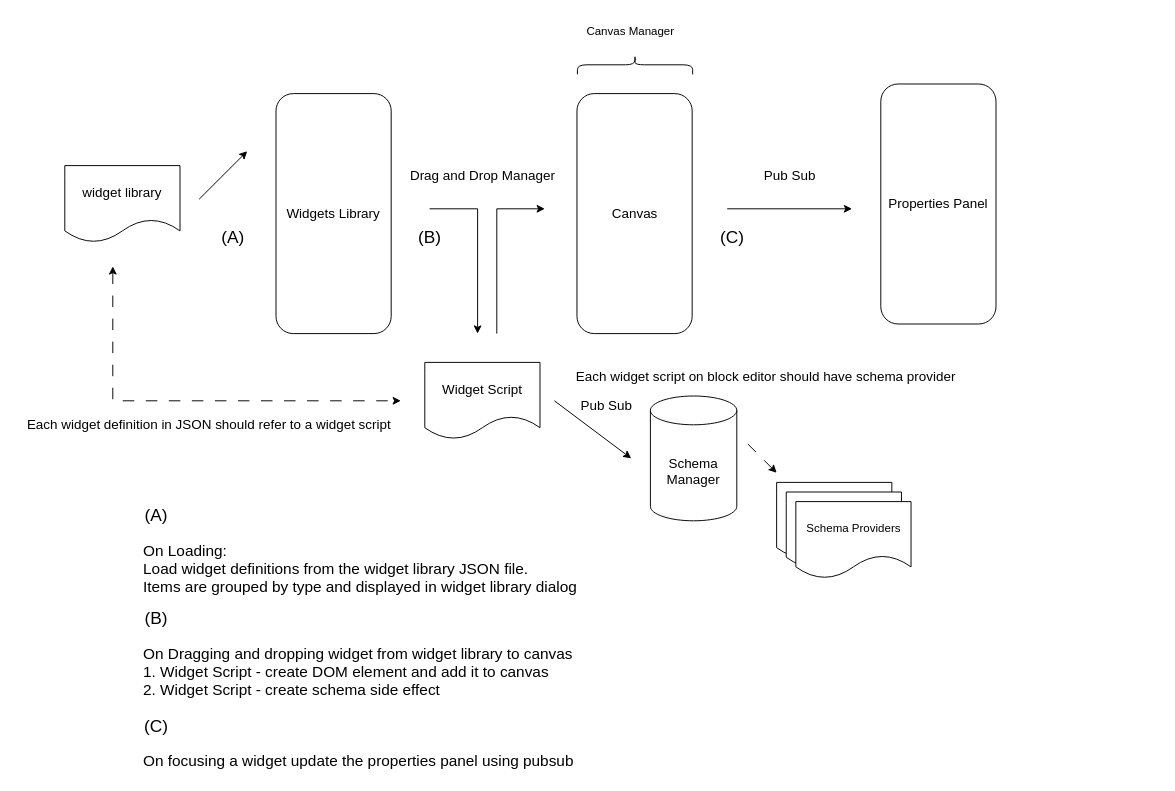
The draw.io diagram page "Overview" (1 of 2) of documents/designer/designer.drawio in caperaven/crs-framework, before the edit. Source tidied: cells renumbered, new cells numbered last; positions are measured from the earlier drawing's top-left corner, leaving out a move shared by most shapes. Both pictures are drawn from the tidied source at 96%, with x=0, y=0 at pixel (16, 7).
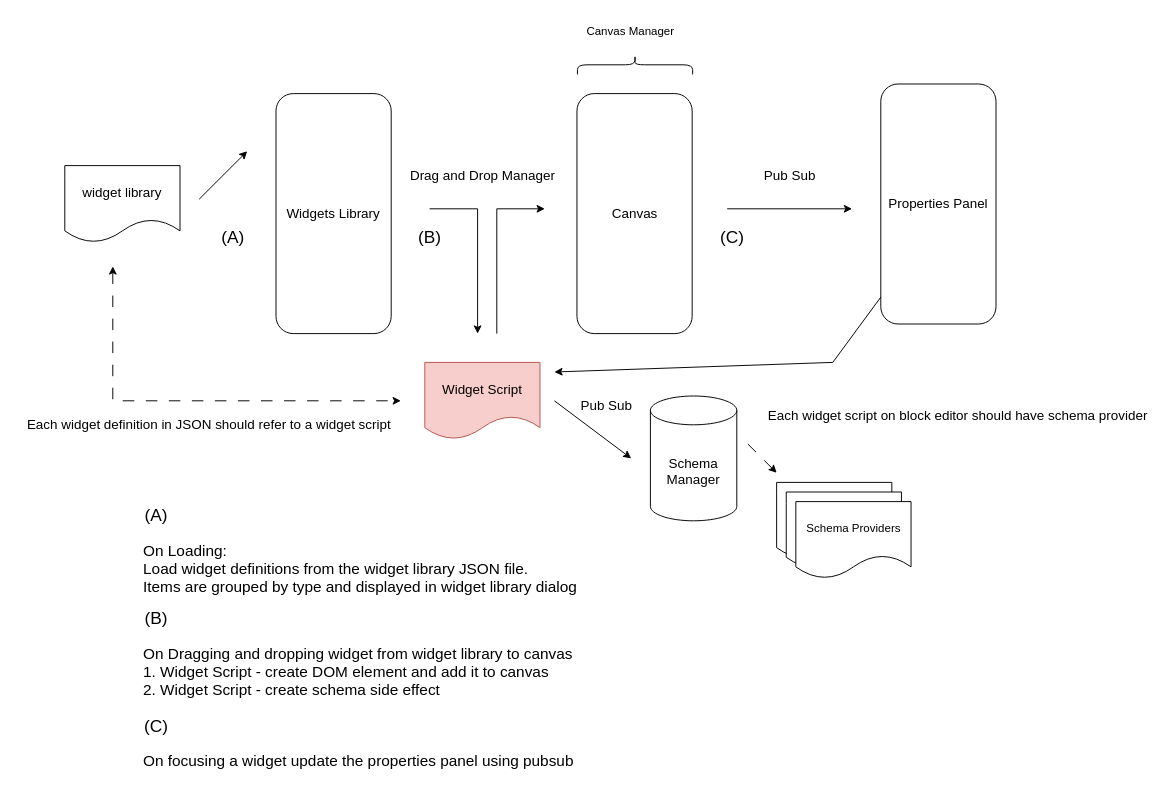
After the change.

Commit message (it also covers changes not shown here):
block editing - document pipeline for designer

Unchanged cells that the change refers to:
```xml
<mxCell id="4" value="Properties Panel" style="rounded=1;whiteSpace=wrap;html=1;fontSize=14;" parent="1" vertex="1">
  <mxGeometry x="900" y="80" width="120" height="250" as="geometry" />
</mxCell>
```

Diff of the diagram source:
```diff
@@
-    <mxCell id="14" value="Widget Script" style="shape=document;whiteSpace=wrap;html=1;boundedLbl=1;fontSize=14;" parent="1" vertex="1">
+    <mxCell id="14" value="Widget Script" style="shape=document;whiteSpace=wrap;html=1;boundedLbl=1;fontSize=14;fillColor=#f8cecc;strokeColor=#b85450;" parent="1" vertex="1">
       <mxGeometry x="425" y="370" width="120" height="80" as="geometry" />
     </mxCell>
@@
     <mxCell id="32" value="Each widget script on block editor should have schema provider" style="text;html=1;align=center;verticalAlign=middle;strokeColor=none;fillColor=none;fontSize=14;" parent="1" vertex="1">
-      <mxGeometry x="570" y="370" width="420" height="30" as="geometry" />
+      <mxGeometry x="770" y="410" width="420" height="30" as="geometry" />
     </mxCell>
@@
+    <mxCell id="36" style="endArrow=classic;html=1;rounded=0;exitX=0;exitY=0.888;exitDx=0;exitDy=0;exitPerimeter=0;" parent="1" edge="1" source="4">
+      <mxGeometry relative="1" as="geometry">
+        <mxPoint x="560" y="380" as="targetPoint" />
+        <Array as="points">
+          <mxPoint x="850" y="370" />
+        </Array>
+      </mxGeometry>
+    </mxCell>
```
